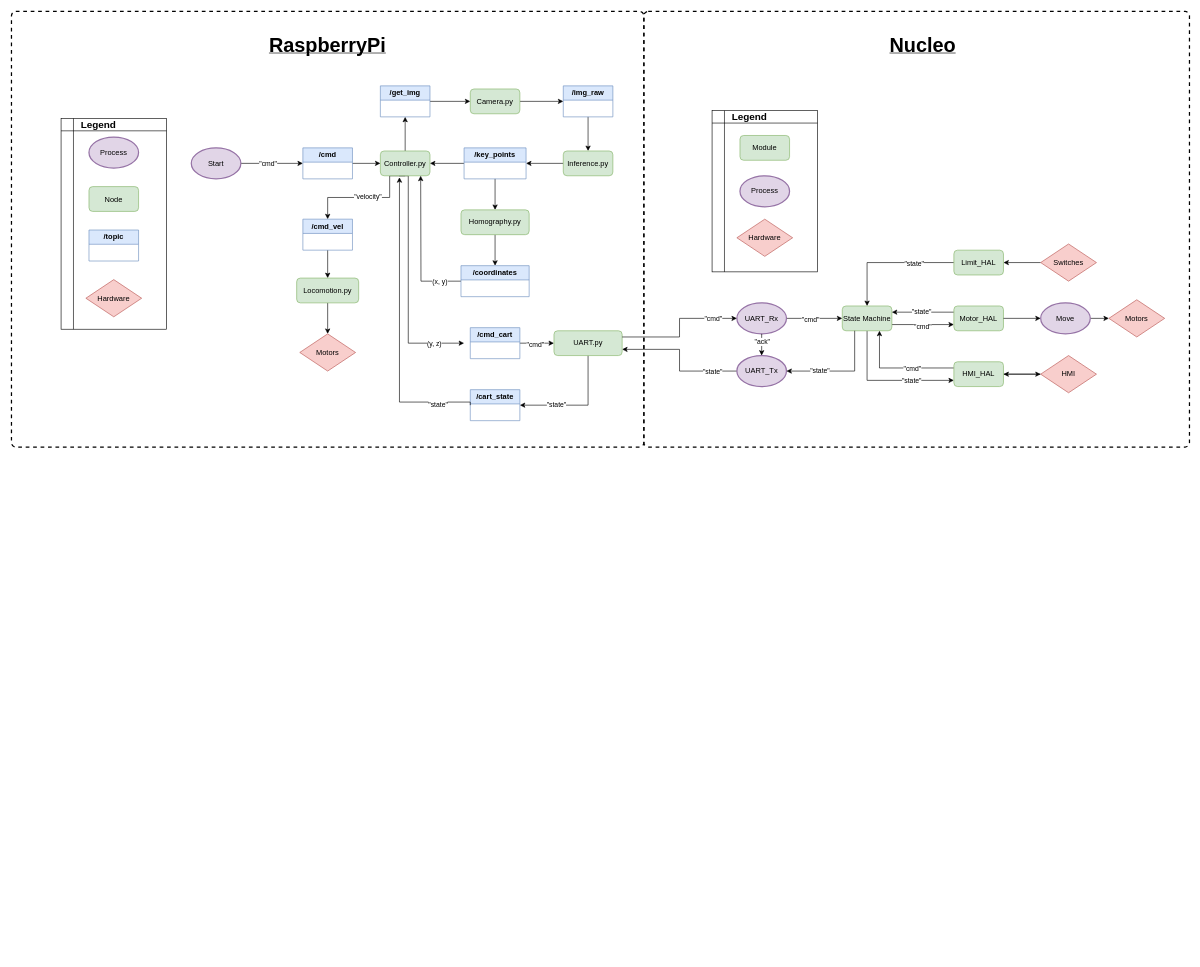
Above: draw/control.drawio in loganhartford/weedy_scripts (draw.io), before the change. Source tidied: cells renumbered, new cells numbered last; positions are measured from the earlier drawing's top-left corner, leaving out a move shared by most shapes. Both pictures are drawn from the tidied source at 62%, with x=0, y=0 at pixel (11, 11).
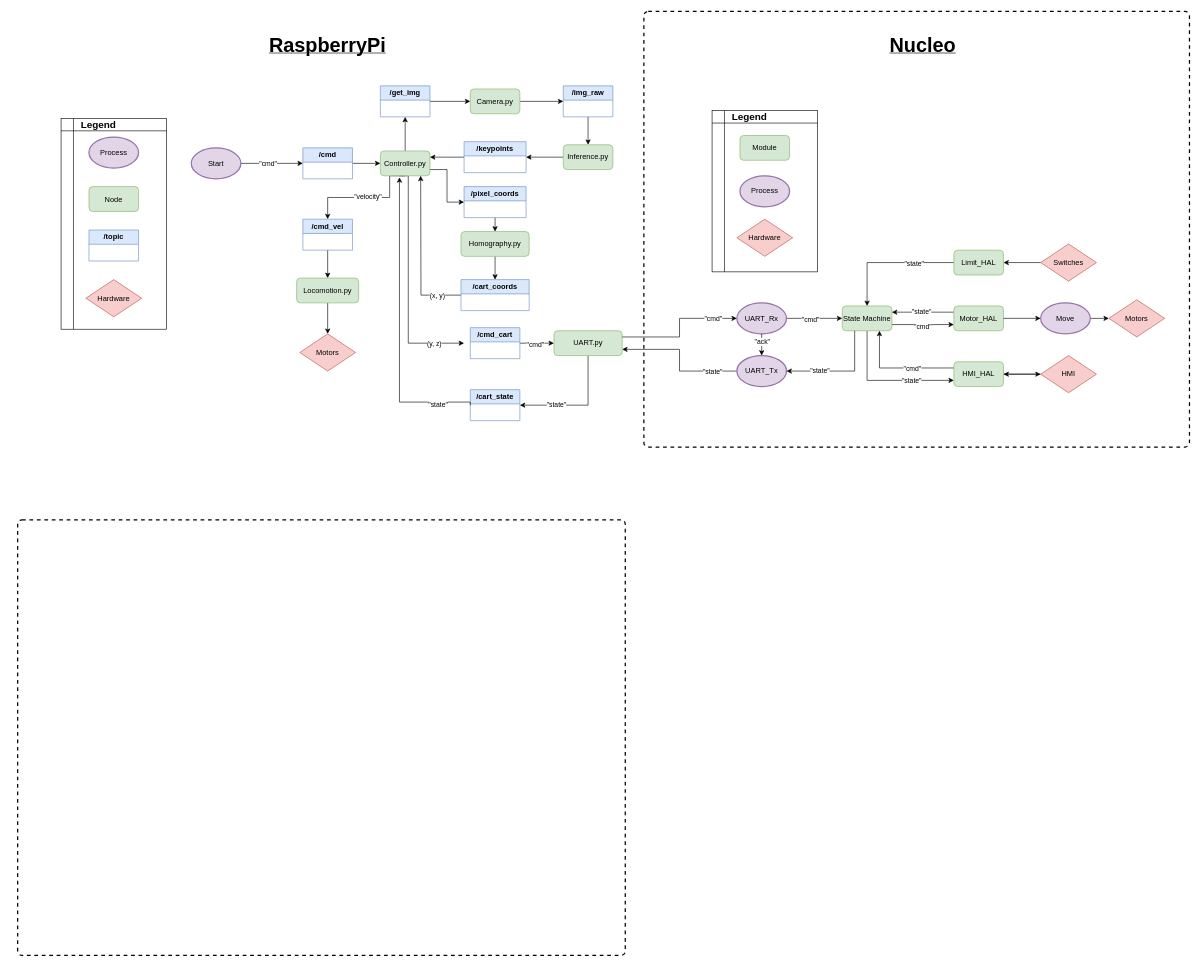
After the change.

The change refers to these unchanged cells:
```xml
<mxCell id="11" value="Controller.py" style="rounded=1;whiteSpace=wrap;html=1;fillColor=#d5e8d4;strokeColor=#82b366;" parent="1" vertex="1">
  <mxGeometry x="595" y="225" width="80" height="40" as="geometry" />
</mxCell>
```

The edit, as a diff of the source:
```diff
@@
     <mxCell id="2" style="rounded=1;whiteSpace=wrap;html=1;absoluteArcSize=1;arcSize=14;strokeWidth=2;fillColor=none;dashed=1;" parent="1" vertex="1">
-      <mxGeometry width="1020" height="702.5" as="geometry" />
+      <mxGeometry x="10" y="820" width="980" height="702.5" as="geometry" />
     </mxCell>
@@
+    <mxCell id="93" style="edgeStyle=orthogonalEdgeStyle;rounded=0;jettySize=auto;html=1;exitX=1;exitY=0.75;exitDx=0;exitDy=0;entryX=0;entryY=0.5;entryDx=0;entryDy=0;" parent="1" edge="1" source="11" target="95">
+      <mxGeometry relative="1" as="geometry" />
+    </mxCell>
@@
     <mxCell id="31" value="Inference.py" style="rounded=1;whiteSpace=wrap;html=1;fillColor=#d5e8d4;strokeColor=#82b366;" parent="1" vertex="1">
-      <mxGeometry x="890" y="225" width="80" height="40" as="geometry" />
+      <mxGeometry x="890" y="215" width="80" height="40" as="geometry" />
     </mxCell>
-    <mxCell id="32" style="edgeStyle=orthogonalEdgeStyle;rounded=0;jettySize=auto;html=1;exitX=0;exitY=0.5;exitDx=0;exitDy=0;" parent="1" edge="1" source="34" target="11">
+    <mxCell id="32" style="edgeStyle=orthogonalEdgeStyle;rounded=0;jettySize=auto;html=1;exitX=0;exitY=0.5;exitDx=0;exitDy=0;entryX=1;entryY=0.25;entryDx=0;entryDy=0;" parent="1" edge="1" source="34" target="11">
       <mxGeometry relative="1" as="geometry" />
     </mxCell>
-    <mxCell id="33" style="edgeStyle=orthogonalEdgeStyle;rounded=0;jettySize=auto;html=1;exitX=0.5;exitY=1;exitDx=0;exitDy=0;entryX=0.5;entryY=0;entryDx=0;entryDy=0;" parent="1" edge="1" source="34" target="36">
-      <mxGeometry relative="1" as="geometry" />
-    </mxCell>
-    <mxCell id="34" value="/key_points" style="swimlane;whiteSpace=wrap;html=1;startSize=23;fillColor=#dae8fc;strokeColor=#6c8ebf;" parent="1" vertex="1">
-      <mxGeometry x="730" y="220" width="100" height="50" as="geometry" />
+    <mxCell id="34" value="/keypoints" style="swimlane;whiteSpace=wrap;html=1;startSize=23;fillColor=#dae8fc;strokeColor=#6c8ebf;" parent="1" vertex="1">
+      <mxGeometry x="730" y="210" width="100" height="50" as="geometry" />
     </mxCell>
@@
     <mxCell id="36" value="Homography.py" style="rounded=1;whiteSpace=wrap;html=1;fillColor=#d5e8d4;strokeColor=#82b366;" parent="1" vertex="1">
-      <mxGeometry x="725" y="320" width="110" height="40" as="geometry" />
+      <mxGeometry x="725" y="355" width="110" height="40" as="geometry" />
     </mxCell>
@@
-    <mxCell id="39" value="/coordinates" style="swimlane;whiteSpace=wrap;html=1;fillColor=#dae8fc;strokeColor=#6c8ebf;" parent="1" vertex="1">
-      <mxGeometry x="725" y="410" width="110" height="50" as="geometry" />
+    <mxCell id="39" value="/cart_coords" style="swimlane;whiteSpace=wrap;html=1;fillColor=#dae8fc;strokeColor=#6c8ebf;" parent="1" vertex="1">
+      <mxGeometry x="725" y="432.5" width="110" height="50" as="geometry" />
     </mxCell>
@@
+    <mxCell id="94" style="edgeStyle=orthogonalEdgeStyle;rounded=0;jettySize=auto;html=1;exitX=0.5;exitY=1;exitDx=0;exitDy=0;entryX=0.5;entryY=0;entryDx=0;entryDy=0;" parent="1" edge="1" source="95" target="36">
+      <mxGeometry relative="1" as="geometry" />
+    </mxCell>
+    <mxCell id="95" value="/pixel_coords" style="swimlane;whiteSpace=wrap;html=1;startSize=23;fillColor=#dae8fc;strokeColor=#6c8ebf;" parent="1" vertex="1">
+      <mxGeometry x="730" y="282.5" width="100" height="50" as="geometry" />
+    </mxCell>
```
